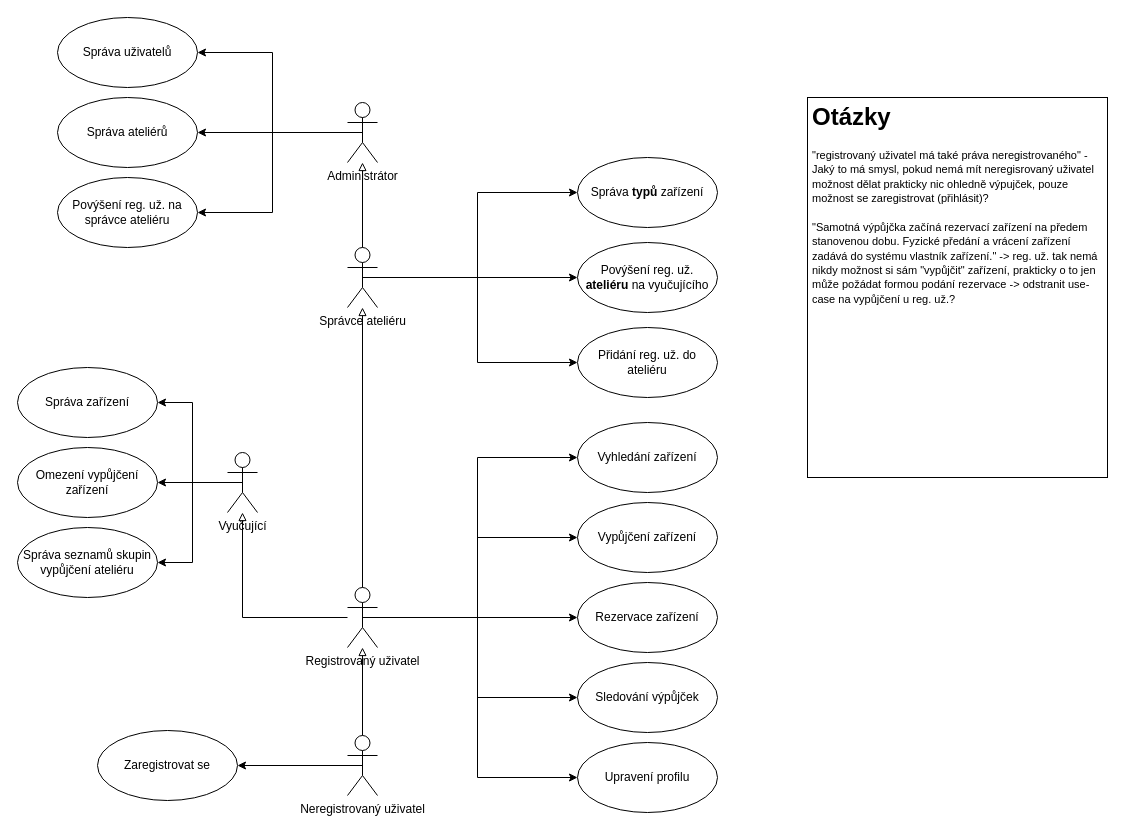
petr-plihal/is-for-art-school keeps this draw.io diagram as Use case.drawio. Above is the earlier version. Source tidied: cells renumbered, new cells numbered last; positions are measured from the earlier drawing's top-left corner, leaving out a move shared by most shapes. Both pictures are drawn from the tidied source at 100%, with x=0, y=0 at pixel (17, 17).
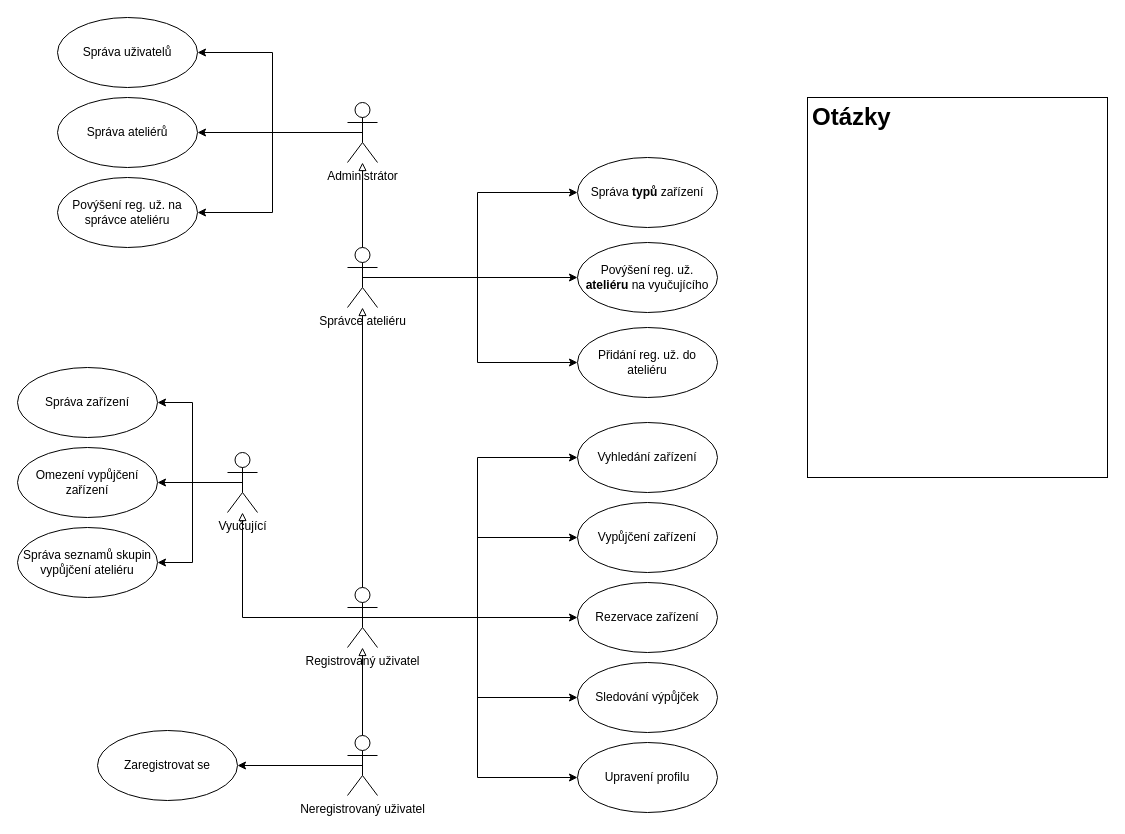
The same diagram, later.

Unchanged cells that the change refers to:
```xml
<mxCell id="13" value="Vyučující" style="shape=umlActor;verticalLabelPosition=bottom;verticalAlign=top;html=1;" parent="1" vertex="1">
  <mxGeometry x="210" y="435" width="30" height="60" as="geometry" />
</mxCell>
<mxCell id="19" value="Registrovaný uživatel" style="shape=umlActor;verticalLabelPosition=bottom;verticalAlign=top;html=1;" parent="1" vertex="1">
  <mxGeometry x="330" y="570" width="30" height="60" as="geometry" />
</mxCell>
<mxCell id="41" style="group;" parent="1" vertex="1">
  <mxGeometry x="790" y="80" width="300" height="380" as="geometry" />
</mxCell>
```

Diff of the diagram source:
```diff
@@
-    <mxCell id="29" style="edgeStyle=orthogonalEdgeStyle;rounded=0;jettySize=auto;html=1;endArrow=block;endFill=0;" parent="1" edge="1" source="19" target="13">
+    <mxCell id="29" style="edgeStyle=orthogonalEdgeStyle;rounded=0;jettySize=auto;html=1;endArrow=block;endFill=0;exitX=0.5;exitY=0.5;exitDx=0;exitDy=0;exitPerimeter=0;" parent="1" edge="1" source="19" target="13">
       <mxGeometry relative="1" as="geometry" />
     </mxCell>
@@
-    <mxCell id="43" value="&lt;h1&gt;Otázky&lt;/h1&gt;&lt;span style=&quot;text-align: center; background-color: rgb(255, 255, 255);&quot;&gt;&lt;span style=&quot;font-size: 11px;&quot;&gt;&quot;registrovaný uživatel má také práva neregistrovaného&quot; - Jaký to má smysl, pokud nemá mít neregisrovaný uživatel možnost dělat prakticky nic ohledně výpujček, pouze možnost se zaregistrovat (přihlásit)?&lt;/span&gt;&lt;br&gt;&lt;br&gt;&lt;span style=&quot;font-size: 11px;&quot;&gt;&quot;Samotná výpůjčka začíná rezervací zařízení na předem stanovenou dobu. Fyzické předání a vrácení zařízení zadává do systému vlastník zařízení.&lt;/span&gt;&lt;span style=&quot;font-size: 11px;&quot;&gt;&quot; -&amp;gt; reg. už. tak nemá nikdy možnost si sám &quot;vypůjčit&quot; zařízení, prakticky o to jen může požádat formou podání rezervace -&amp;gt; odstranit use-case na vypůjčení u reg. už.?&lt;/span&gt;&lt;br&gt;&lt;/span&gt;" style="text;html=1;strokeColor=none;fillColor=none;spacing=5;spacingTop=-20;whiteSpace=wrap;overflow=hidden;rounded=0;" parent="41" vertex="1">
+    <mxCell id="43" value="&lt;h1&gt;Otázky&lt;/h1&gt;&lt;span style=&quot;text-align: center; background-color: rgb(255, 255, 255);&quot;&gt;&lt;br&gt;&lt;/span&gt;" style="text;html=1;strokeColor=none;fillColor=none;spacing=5;spacingTop=-20;whiteSpace=wrap;overflow=hidden;rounded=0;" parent="41" vertex="1">
       <mxGeometry width="300" height="380" as="geometry" />
     </mxCell>
```
